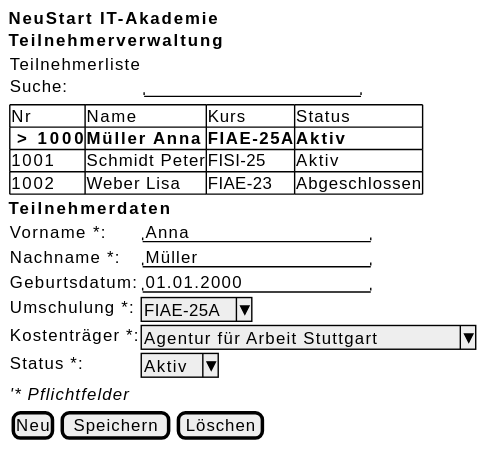
The PlantUML diagram Teilnehmerverwaltung/docs/Wireframe.svg in MariiaBashyrova/Teilnehmerverwaltung, before a commit.
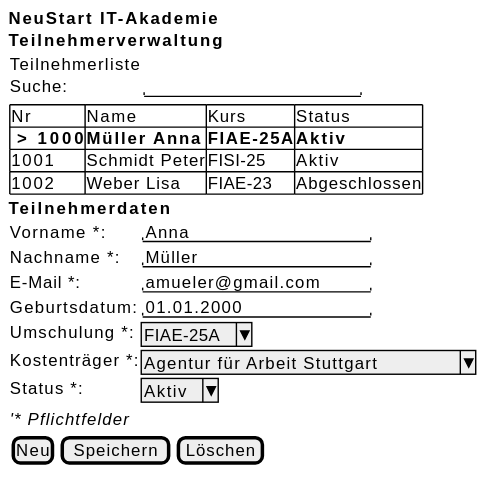
Later version of the same file.

The edit, as a diff of the source:
```diff
@@ -20,6 +20,7 @@
   {
     Vorname *:     | "Anna                "
     Nachname *:    | "Müller              "
+    E-Mail *:      | "amueler@gmail.com   "
     Geburtsdatum:  | "01.01.2000          "
     Umschulung *:  | ^FIAE-25A^
     Kostenträger *:| ^Agentur für Arbeit Stuttgart^
```
